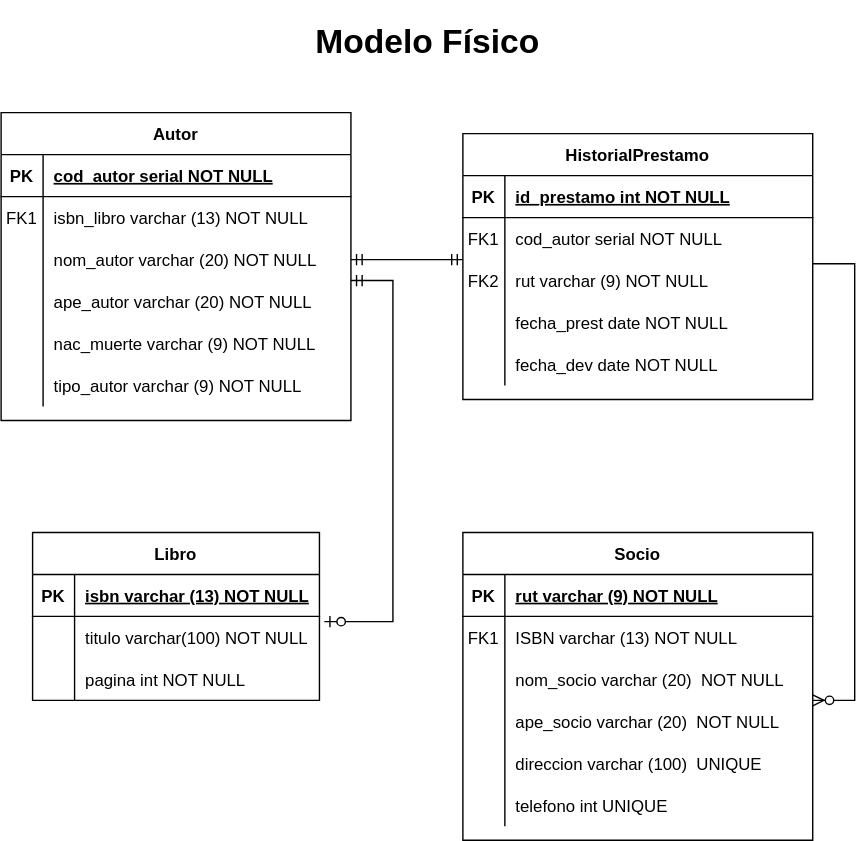
This is Modelo fisico.drawio.svg from FranSantander/-Biblioteca, a draw.io export, as it was before one commit. Source tidied: cells renumbered, new cells last; positions are measured from the earlier drawing's top-left corner, leaving out a move shared by most shapes. Its diagram source:
```xml
<mxGraphModel>
  <root>
    <mxCell id="0" />
    <mxCell id="1" parent="0" />
    <mxCell id="2" style="edgeStyle=entityRelationEdgeStyle;fontSize=12;html=1;endArrow=ERmandOne;startArrow=ERmandOne;rounded=0;exitX=1;exitY=0.5;exitDx=0;exitDy=0;entryX=0;entryY=0.5;entryDx=0;entryDy=0;" parent="1" edge="1">
      <mxGeometry relative="1" as="geometry">
        <mxPoint x="250" y="175" as="sourcePoint" />
        <mxPoint x="330" y="175" as="targetPoint" />
      </mxGeometry>
    </mxCell>
    <mxCell id="3" value="HistorialPrestamo" style="shape=table;startSize=30;rowLines=0;fontStyle=1;align=center;" parent="1" vertex="1">
      <mxGeometry x="330" y="85" width="250" height="190" as="geometry" />
    </mxCell>
    <mxCell id="4" style="shape=partialRectangle;fillColor=none;top=0;left=0;right=0;bottom=1;" parent="3" vertex="1">
      <mxGeometry y="30" width="250" height="30" as="geometry" />
    </mxCell>
    <mxCell id="5" value="PK" style="shape=partialRectangle;overflow=hidden;fillColor=none;top=0;left=0;bottom=0;right=0;fontStyle=1;" parent="4" vertex="1">
      <mxGeometry width="30" height="30" as="geometry" />
    </mxCell>
    <mxCell id="6" value="id_prestamo int NOT NULL " style="shape=partialRectangle;overflow=hidden;fillColor=none;top=0;left=0;bottom=0;right=0;align=left;spacingLeft=6;fontStyle=5;" parent="4" vertex="1">
      <mxGeometry x="30" width="220" height="30" as="geometry" />
    </mxCell>
    <mxCell id="7" style="shape=partialRectangle;fillColor=none;top=0;left=0;right=0;bottom=0;" parent="3" vertex="1">
      <mxGeometry y="60" width="250" height="30" as="geometry" />
    </mxCell>
    <mxCell id="8" value="FK1" style="shape=partialRectangle;overflow=hidden;fillColor=none;top=0;left=0;bottom=0;right=0;" parent="7" vertex="1">
      <mxGeometry width="30" height="30" as="geometry" />
    </mxCell>
    <mxCell id="9" value="cod_autor serial NOT NULL" style="shape=partialRectangle;overflow=hidden;fillColor=none;top=0;left=0;bottom=0;right=0;align=left;spacingLeft=6;fontStyle=0;" parent="7" vertex="1">
      <mxGeometry x="30" width="220" height="30" as="geometry" />
    </mxCell>
    <mxCell id="10" style="shape=partialRectangle;fillColor=none;points=[[0,0.5],[1,0.5]];portConstraint=eastwest;top=0;left=0;right=0;bottom=0;" parent="3" vertex="1">
      <mxGeometry y="90" width="250" height="30" as="geometry" />
    </mxCell>
    <mxCell id="11" value="FK2" style="shape=partialRectangle;overflow=hidden;fillColor=none;top=0;left=0;bottom=0;right=0;" parent="10" vertex="1">
      <mxGeometry width="30" height="30" as="geometry" />
    </mxCell>
    <mxCell id="12" value="rut varchar (9) NOT NULL" style="shape=partialRectangle;overflow=hidden;fillColor=none;top=0;left=0;bottom=0;right=0;align=left;spacingLeft=6;" parent="10" vertex="1">
      <mxGeometry x="30" width="220" height="30" as="geometry" />
    </mxCell>
    <mxCell id="13" style="shape=partialRectangle;fillColor=none;top=0;left=0;right=0;bottom=0;" parent="3" vertex="1">
      <mxGeometry y="120" width="250" height="30" as="geometry" />
    </mxCell>
    <mxCell id="14" style="shape=partialRectangle;overflow=hidden;fillColor=none;top=0;left=0;bottom=0;right=0;" parent="13" vertex="1">
      <mxGeometry width="30" height="30" as="geometry" />
    </mxCell>
    <mxCell id="15" value="fecha_prest date NOT NULL" style="shape=partialRectangle;overflow=hidden;fillColor=none;top=0;left=0;bottom=0;right=0;align=left;spacingLeft=6;" parent="13" vertex="1">
      <mxGeometry x="30" width="220" height="30" as="geometry" />
    </mxCell>
    <mxCell id="16" style="shape=partialRectangle;fillColor=none;top=0;left=0;right=0;bottom=0;" parent="3" vertex="1">
      <mxGeometry y="150" width="250" height="30" as="geometry" />
    </mxCell>
    <mxCell id="17" style="shape=partialRectangle;overflow=hidden;fillColor=none;top=0;left=0;bottom=0;right=0;" parent="16" vertex="1">
      <mxGeometry width="30" height="30" as="geometry" />
    </mxCell>
    <mxCell id="18" value="fecha_dev date NOT NULL" style="shape=partialRectangle;overflow=hidden;fillColor=none;top=0;left=0;bottom=0;right=0;align=left;spacingLeft=6;" parent="16" vertex="1">
      <mxGeometry x="30" width="220" height="30" as="geometry" />
    </mxCell>
    <mxCell id="19" value="Socio" style="shape=table;startSize=30;rowLines=0;fontStyle=1;align=center;" parent="1" vertex="1">
      <mxGeometry x="330" y="370" width="250" height="220" as="geometry" />
    </mxCell>
    <mxCell id="20" style="shape=partialRectangle;fillColor=none;top=0;left=0;right=0;bottom=1;" parent="19" vertex="1">
      <mxGeometry y="30" width="250" height="30" as="geometry" />
    </mxCell>
    <mxCell id="21" value="PK" style="shape=partialRectangle;overflow=hidden;fillColor=none;top=0;left=0;bottom=0;right=0;fontStyle=1;" parent="20" vertex="1">
      <mxGeometry width="30" height="30" as="geometry" />
    </mxCell>
    <mxCell id="22" value="rut varchar (9) NOT NULL " style="shape=partialRectangle;overflow=hidden;fillColor=none;top=0;left=0;bottom=0;right=0;align=left;spacingLeft=6;fontStyle=5;" parent="20" vertex="1">
      <mxGeometry x="30" width="220" height="30" as="geometry" />
    </mxCell>
    <mxCell id="23" style="shape=partialRectangle;fillColor=none;top=0;left=0;right=0;bottom=0;" parent="19" vertex="1">
      <mxGeometry y="60" width="250" height="30" as="geometry" />
    </mxCell>
    <mxCell id="24" value="FK1" style="shape=partialRectangle;overflow=hidden;fillColor=none;top=0;left=0;bottom=0;right=0;" parent="23" vertex="1">
      <mxGeometry width="30" height="30" as="geometry" />
    </mxCell>
    <mxCell id="25" value="ISBN varchar (13) NOT NULL" style="shape=partialRectangle;overflow=hidden;fillColor=none;top=0;left=0;bottom=0;right=0;align=left;spacingLeft=6;" parent="23" vertex="1">
      <mxGeometry x="30" width="220" height="30" as="geometry" />
    </mxCell>
    <mxCell id="26" style="shape=partialRectangle;fillColor=none;top=0;left=0;right=0;bottom=0;" parent="19" vertex="1">
      <mxGeometry y="90" width="250" height="30" as="geometry" />
    </mxCell>
    <mxCell id="27" style="shape=partialRectangle;overflow=hidden;fillColor=none;top=0;left=0;bottom=0;right=0;" parent="26" vertex="1">
      <mxGeometry width="30" height="30" as="geometry" />
    </mxCell>
    <mxCell id="28" value="nom_socio varchar (20)  NOT NULL" style="shape=partialRectangle;overflow=hidden;fillColor=none;top=0;left=0;bottom=0;right=0;align=left;spacingLeft=6;" parent="26" vertex="1">
      <mxGeometry x="30" width="220" height="30" as="geometry" />
    </mxCell>
    <mxCell id="29" style="shape=partialRectangle;fillColor=none;points=[[0,0.5],[1,0.5]];portConstraint=eastwest;top=0;left=0;right=0;bottom=0;" parent="19" vertex="1">
      <mxGeometry y="120" width="250" height="30" as="geometry" />
    </mxCell>
    <mxCell id="30" style="shape=partialRectangle;overflow=hidden;fillColor=none;top=0;left=0;bottom=0;right=0;" parent="29" vertex="1">
      <mxGeometry width="30" height="30" as="geometry" />
    </mxCell>
    <mxCell id="31" value="ape_socio varchar (20)  NOT NULL" style="shape=partialRectangle;overflow=hidden;fillColor=none;top=0;left=0;bottom=0;right=0;align=left;spacingLeft=6;" parent="29" vertex="1">
      <mxGeometry x="30" width="220" height="30" as="geometry" />
    </mxCell>
    <mxCell id="32" style="shape=partialRectangle;fillColor=none;top=0;left=0;right=0;bottom=0;" parent="19" vertex="1">
      <mxGeometry y="150" width="250" height="30" as="geometry" />
    </mxCell>
    <mxCell id="33" style="shape=partialRectangle;overflow=hidden;fillColor=none;top=0;left=0;bottom=0;right=0;" parent="32" vertex="1">
      <mxGeometry width="30" height="30" as="geometry" />
    </mxCell>
    <mxCell id="34" value="direccion varchar (100)  UNIQUE" style="shape=partialRectangle;overflow=hidden;fillColor=none;top=0;left=0;bottom=0;right=0;align=left;spacingLeft=6;" parent="32" vertex="1">
      <mxGeometry x="30" width="220" height="30" as="geometry" />
    </mxCell>
    <mxCell id="35" style="shape=partialRectangle;fillColor=none;top=0;left=0;right=0;bottom=0;" parent="19" vertex="1">
      <mxGeometry y="180" width="250" height="30" as="geometry" />
    </mxCell>
    <mxCell id="36" style="shape=partialRectangle;overflow=hidden;fillColor=none;top=0;left=0;bottom=0;right=0;" parent="35" vertex="1">
      <mxGeometry width="30" height="30" as="geometry" />
    </mxCell>
    <mxCell id="37" value="telefono int UNIQUE" style="shape=partialRectangle;overflow=hidden;fillColor=none;top=0;left=0;bottom=0;right=0;align=left;spacingLeft=6;" parent="35" vertex="1">
      <mxGeometry x="30" width="220" height="30" as="geometry" />
    </mxCell>
    <mxCell id="38" style="edgeStyle=entityRelationEdgeStyle;fontSize=12;html=1;endArrow=ERzeroToMany;endFill=1;rounded=0;exitX=1;exitY=0.1;exitDx=0;exitDy=0;startArrow=none;exitPerimeter=0;entryX=1;entryY=0;entryDx=0;entryDy=0;entryPerimeter=0;" parent="1" edge="1" source="10" target="29">
      <mxGeometry relative="1" as="geometry" />
    </mxCell>
    <mxCell id="39" value="&lt;h1&gt;Modelo Físico&lt;/h1&gt;" style="text;html=1;strokeColor=none;fillColor=none;spacing=5;spacingTop=-20;whiteSpace=wrap;overflow=hidden;rounded=0;" parent="1" vertex="1">
      <mxGeometry x="220" width="170" height="40" as="geometry" />
    </mxCell>
    <mxCell id="40" style="edgeStyle=entityRelationEdgeStyle;fontSize=12;html=1;endArrow=ERzeroToOne;startArrow=ERmandOne;rounded=0;entryX=1.017;entryY=0.125;entryDx=0;entryDy=0;exitX=1;exitY=0.5;exitDx=0;exitDy=0;jumpStyle=none;entryPerimeter=0;" parent="1" edge="1" target="64">
      <mxGeometry relative="1" as="geometry">
        <mxPoint x="250" y="190" as="sourcePoint" />
      </mxGeometry>
    </mxCell>
    <mxCell id="41" value="Autor" style="shape=table;startSize=30;rowLines=0;fontStyle=1;align=center;" parent="1" vertex="1">
      <mxGeometry y="70" width="250" height="220" as="geometry" />
    </mxCell>
    <mxCell id="42" style="shape=tableRow;horizontal=0;startSize=0;swimlaneHead=0;swimlaneBody=0;fillColor=none;top=0;left=0;right=0;bottom=1;" parent="41" vertex="1">
      <mxGeometry y="30" width="250" height="30" as="geometry" />
    </mxCell>
    <mxCell id="43" value="PK" style="shape=partialRectangle;fillColor=none;top=0;left=0;bottom=0;right=0;fontStyle=1;overflow=hidden;" parent="42" vertex="1">
      <mxGeometry width="30" height="30" as="geometry" />
    </mxCell>
    <mxCell id="44" value="cod_autor serial NOT NULL" style="shape=partialRectangle;fillColor=none;top=0;left=0;bottom=0;right=0;align=left;spacingLeft=6;fontStyle=5;overflow=hidden;" parent="42" vertex="1">
      <mxGeometry x="30" width="220" height="30" as="geometry" />
    </mxCell>
    <mxCell id="45" style="shape=tableRow;horizontal=0;startSize=0;swimlaneHead=0;swimlaneBody=0;fillColor=none;top=0;left=0;right=0;bottom=0;" parent="41" vertex="1">
      <mxGeometry y="60" width="250" height="30" as="geometry" />
    </mxCell>
    <mxCell id="46" value="FK1" style="shape=partialRectangle;fillColor=none;top=0;left=0;bottom=0;right=0;overflow=hidden;" parent="45" vertex="1">
      <mxGeometry width="30" height="30" as="geometry" />
    </mxCell>
    <mxCell id="47" value="isbn_libro varchar (13) NOT NULL" style="shape=partialRectangle;fillColor=none;top=0;left=0;bottom=0;right=0;align=left;spacingLeft=6;overflow=hidden;" parent="45" vertex="1">
      <mxGeometry x="30" width="220" height="30" as="geometry" />
    </mxCell>
    <mxCell id="48" style="shape=tableRow;horizontal=0;startSize=0;swimlaneHead=0;swimlaneBody=0;fillColor=none;top=0;left=0;right=0;bottom=0;" parent="41" vertex="1">
      <mxGeometry y="90" width="250" height="30" as="geometry" />
    </mxCell>
    <mxCell id="49" style="shape=partialRectangle;fillColor=none;top=0;left=0;bottom=0;right=0;overflow=hidden;" parent="48" vertex="1">
      <mxGeometry width="30" height="30" as="geometry" />
    </mxCell>
    <mxCell id="50" value="nom_autor varchar (20) NOT NULL" style="shape=partialRectangle;fillColor=none;top=0;left=0;bottom=0;right=0;align=left;spacingLeft=6;overflow=hidden;" parent="48" vertex="1">
      <mxGeometry x="30" width="220" height="30" as="geometry" />
    </mxCell>
    <mxCell id="51" style="shape=tableRow;horizontal=0;startSize=0;swimlaneHead=0;swimlaneBody=0;fillColor=none;top=0;left=0;right=0;bottom=0;" parent="41" vertex="1">
      <mxGeometry y="120" width="250" height="30" as="geometry" />
    </mxCell>
    <mxCell id="52" style="shape=partialRectangle;fillColor=none;top=0;left=0;bottom=0;right=0;overflow=hidden;" parent="51" vertex="1">
      <mxGeometry width="30" height="30" as="geometry" />
    </mxCell>
    <mxCell id="53" value="ape_autor varchar (20) NOT NULL" style="shape=partialRectangle;fillColor=none;top=0;left=0;bottom=0;right=0;align=left;spacingLeft=6;overflow=hidden;" parent="51" vertex="1">
      <mxGeometry x="30" width="220" height="30" as="geometry" />
    </mxCell>
    <mxCell id="54" style="shape=tableRow;horizontal=0;startSize=0;swimlaneHead=0;swimlaneBody=0;fillColor=none;top=0;left=0;right=0;bottom=0;" parent="41" vertex="1">
      <mxGeometry y="150" width="250" height="30" as="geometry" />
    </mxCell>
    <mxCell id="55" style="shape=partialRectangle;fillColor=none;top=0;left=0;bottom=0;right=0;overflow=hidden;" parent="54" vertex="1">
      <mxGeometry width="30" height="30" as="geometry" />
    </mxCell>
    <mxCell id="56" value="nac_muerte varchar (9) NOT NULL" style="shape=partialRectangle;fillColor=none;top=0;left=0;bottom=0;right=0;align=left;spacingLeft=6;overflow=hidden;" parent="54" vertex="1">
      <mxGeometry x="30" width="220" height="30" as="geometry" />
    </mxCell>
    <mxCell id="57" style="shape=tableRow;horizontal=0;startSize=0;swimlaneHead=0;swimlaneBody=0;fillColor=none;top=0;left=0;right=0;bottom=0;" parent="41" vertex="1">
      <mxGeometry y="180" width="250" height="30" as="geometry" />
    </mxCell>
    <mxCell id="58" style="shape=partialRectangle;fillColor=none;top=0;left=0;bottom=0;right=0;overflow=hidden;" parent="57" vertex="1">
      <mxGeometry width="30" height="30" as="geometry" />
    </mxCell>
    <mxCell id="59" value="tipo_autor varchar (9) NOT NULL" style="shape=partialRectangle;fillColor=none;top=0;left=0;bottom=0;right=0;align=left;spacingLeft=6;overflow=hidden;" parent="57" vertex="1">
      <mxGeometry x="30" width="220" height="30" as="geometry" />
    </mxCell>
    <mxCell id="60" value="Libro" style="shape=table;startSize=30;rowLines=0;fontStyle=1;align=center;" parent="1" vertex="1">
      <mxGeometry x="22.5" y="370" width="205" height="120" as="geometry" />
    </mxCell>
    <mxCell id="61" style="shape=partialRectangle;fillColor=none;top=0;left=0;right=0;bottom=1;" parent="60" vertex="1">
      <mxGeometry y="30" width="205" height="30" as="geometry" />
    </mxCell>
    <mxCell id="62" value="PK" style="shape=partialRectangle;overflow=hidden;fillColor=none;top=0;left=0;bottom=0;right=0;fontStyle=1;" parent="61" vertex="1">
      <mxGeometry width="30" height="30" as="geometry" />
    </mxCell>
    <mxCell id="63" value="isbn varchar (13) NOT NULL " style="shape=partialRectangle;overflow=hidden;fillColor=none;top=0;left=0;bottom=0;right=0;align=left;spacingLeft=6;fontStyle=5;" parent="61" vertex="1">
      <mxGeometry x="30" width="175" height="30" as="geometry" />
    </mxCell>
    <mxCell id="64" style="shape=partialRectangle;fillColor=none;points=[[0,0.5],[1,0.5]];portConstraint=eastwest;top=0;left=0;right=0;bottom=0;" parent="60" vertex="1">
      <mxGeometry y="60" width="205" height="30" as="geometry" />
    </mxCell>
    <mxCell id="65" style="shape=partialRectangle;overflow=hidden;fillColor=none;top=0;left=0;bottom=0;right=0;" parent="64" vertex="1">
      <mxGeometry width="30" height="30" as="geometry" />
    </mxCell>
    <mxCell id="66" value="titulo varchar(100) NOT NULL" style="shape=partialRectangle;overflow=hidden;fillColor=none;top=0;left=0;bottom=0;right=0;align=left;spacingLeft=6;" parent="64" vertex="1">
      <mxGeometry x="30" width="175" height="30" as="geometry" />
    </mxCell>
    <mxCell id="67" style="shape=partialRectangle;fillColor=none;top=0;left=0;right=0;bottom=0;" parent="60" vertex="1">
      <mxGeometry y="90" width="205" height="30" as="geometry" />
    </mxCell>
    <mxCell id="68" style="shape=partialRectangle;overflow=hidden;fillColor=none;top=0;left=0;bottom=0;right=0;" parent="67" vertex="1">
      <mxGeometry width="30" height="30" as="geometry" />
    </mxCell>
    <mxCell id="69" value="pagina int NOT NULL" style="shape=partialRectangle;overflow=hidden;fillColor=none;top=0;left=0;bottom=0;right=0;align=left;spacingLeft=6;" parent="67" vertex="1">
      <mxGeometry x="30" width="175" height="30" as="geometry" />
    </mxCell>
  </root>
</mxGraphModel>
```
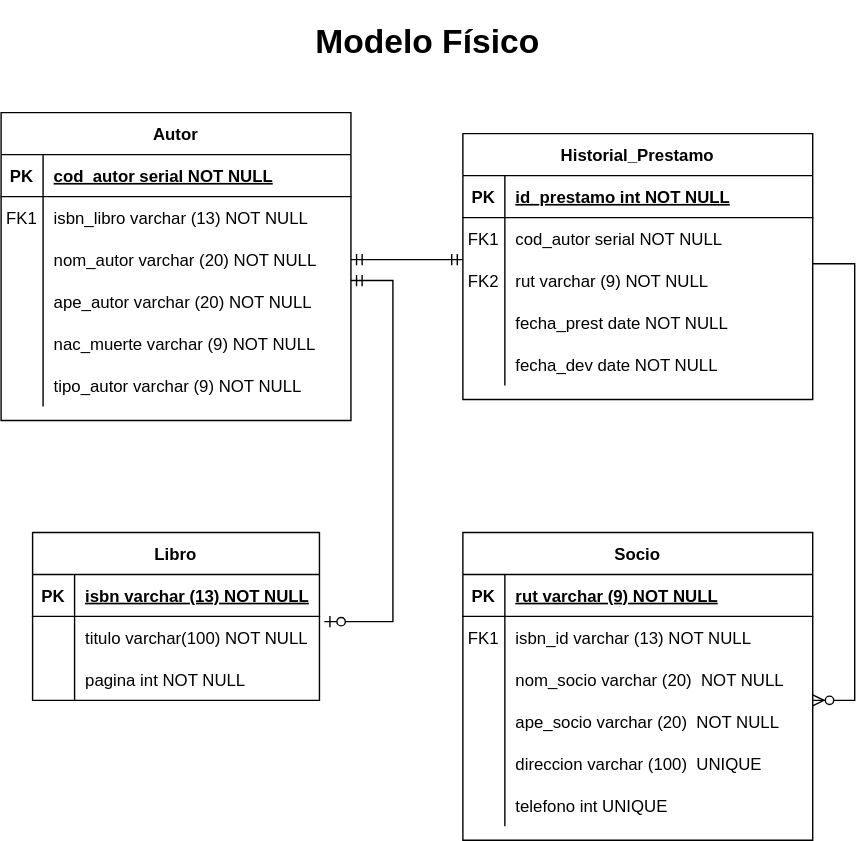
After the commit.

Diff of the diagram source:
```diff
@@ -8,7 +8,7 @@
         <mxPoint x="330" y="175" as="targetPoint" />
       </mxGeometry>
     </mxCell>
-    <mxCell id="3" value="HistorialPrestamo" style="shape=table;startSize=30;rowLines=0;fontStyle=1;align=center;" parent="1" vertex="1">
+    <mxCell id="3" value="Historial_Prestamo" style="shape=table;startSize=30;rowLines=0;fontStyle=1;align=center;" parent="1" vertex="1">
       <mxGeometry x="330" y="85" width="250" height="190" as="geometry" />
     </mxCell>
     <mxCell id="4" style="shape=partialRectangle;fillColor=none;top=0;left=0;right=0;bottom=1;" parent="3" vertex="1">
@@ -74,7 +74,7 @@
     <mxCell id="24" value="FK1" style="shape=partialRectangle;overflow=hidden;fillColor=none;top=0;left=0;bottom=0;right=0;" parent="23" vertex="1">
       <mxGeometry width="30" height="30" as="geometry" />
     </mxCell>
-    <mxCell id="25" value="ISBN varchar (13) NOT NULL" style="shape=partialRectangle;overflow=hidden;fillColor=none;top=0;left=0;bottom=0;right=0;align=left;spacingLeft=6;" parent="23" vertex="1">
+    <mxCell id="25" value="isbn_id varchar (13) NOT NULL" style="shape=partialRectangle;overflow=hidden;fillColor=none;top=0;left=0;bottom=0;right=0;align=left;spacingLeft=6;" parent="23" vertex="1">
       <mxGeometry x="30" width="220" height="30" as="geometry" />
     </mxCell>
     <mxCell id="26" style="shape=partialRectangle;fillColor=none;top=0;left=0;right=0;bottom=0;" parent="19" vertex="1">
```
